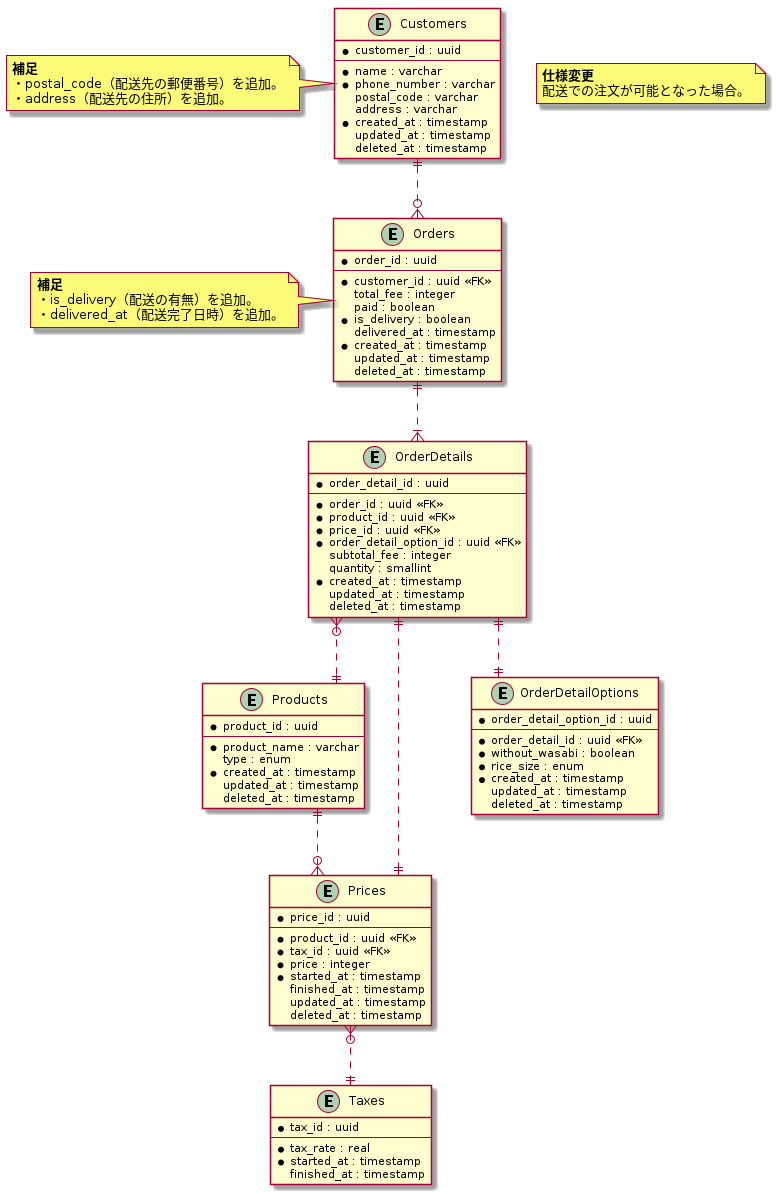
Before: 01_データベース設計/01_DBモデリング1/03_課題3/sushi_ordering_schema_03.png, a diagram exported from PlantUML (moritanuki/praha_challenge). The source it was exported from:
```plantuml
@startuml sushi_ordering_schema_03

skinparam {
   linetype ortho
}

entity "Customers" as Customers {
  * customer_id : uuid
  --
  * name : varchar
  * phone_number : varchar
    postal_code : varchar
    address : varchar
  * created_at : timestamp
    updated_at : timestamp
    deleted_at : timestamp
}

note left of Customers
  <b>補足</b>
  ・postal_code（配送先の郵便番号）を追加。
  ・address（配送先の住所）を追加。
end note

entity "Products" as Products {
  * product_id : uuid
  --
  * product_name : varchar
    type : enum
  * created_at : timestamp
    updated_at : timestamp
    deleted_at : timestamp
}

entity "Prices" as Prices {
  * price_id : uuid
  --
  * product_id : uuid <<FK>>
  * tax_id : uuid <<FK>>
  * price : integer
  * started_at : timestamp
    finished_at : timestamp
    updated_at : timestamp
    deleted_at : timestamp
}

entity "Taxes" as Taxes {
  * tax_id : uuid
  --
  * tax_rate : real
  * started_at : timestamp
    finished_at : timestamp
}

entity "Orders" as Orders {
  * order_id : uuid
  --
  * customer_id : uuid <<FK>>
    total_fee : integer
    paid : boolean
  * is_delivery : boolean
    delivered_at : timestamp
  * created_at : timestamp
    updated_at : timestamp
    deleted_at : timestamp
}

note left of Orders
  <b>補足</b>
  ・is_delivery（配送の有無）を追加。
  ・delivered_at（配送完了日時）を追加。
end note

entity "OrderDetails" as OrderDetails {
  * order_detail_id : uuid
  --
  * order_id : uuid <<FK>>
  * product_id : uuid <<FK>>
  * price_id : uuid <<FK>>
  * order_detail_option_id : uuid <<FK>>
    subtotal_fee : integer
    quantity : smallint
  * created_at : timestamp
    updated_at : timestamp
    deleted_at : timestamp
}

entity "OrderDetailOptions" as OrderDetailOptions {
  * order_detail_option_id : uuid
  --
  * order_detail_id : uuid <<FK>>
  * without_wasabi : boolean
  * rice_size : enum
  * created_at : timestamp
    updated_at : timestamp
    deleted_at : timestamp
}

Customers ||..o{ Orders
Orders ||..|{ OrderDetails
OrderDetails ||..|| OrderDetailOptions
OrderDetails }o..|| Products
OrderDetails ||..|| Prices
Products ||..o{ Prices
Prices }o..|| Taxes

note as note1
  <b>仕様変更</b>
  配送での注文が可能となった場合。
end note

@enduml
```
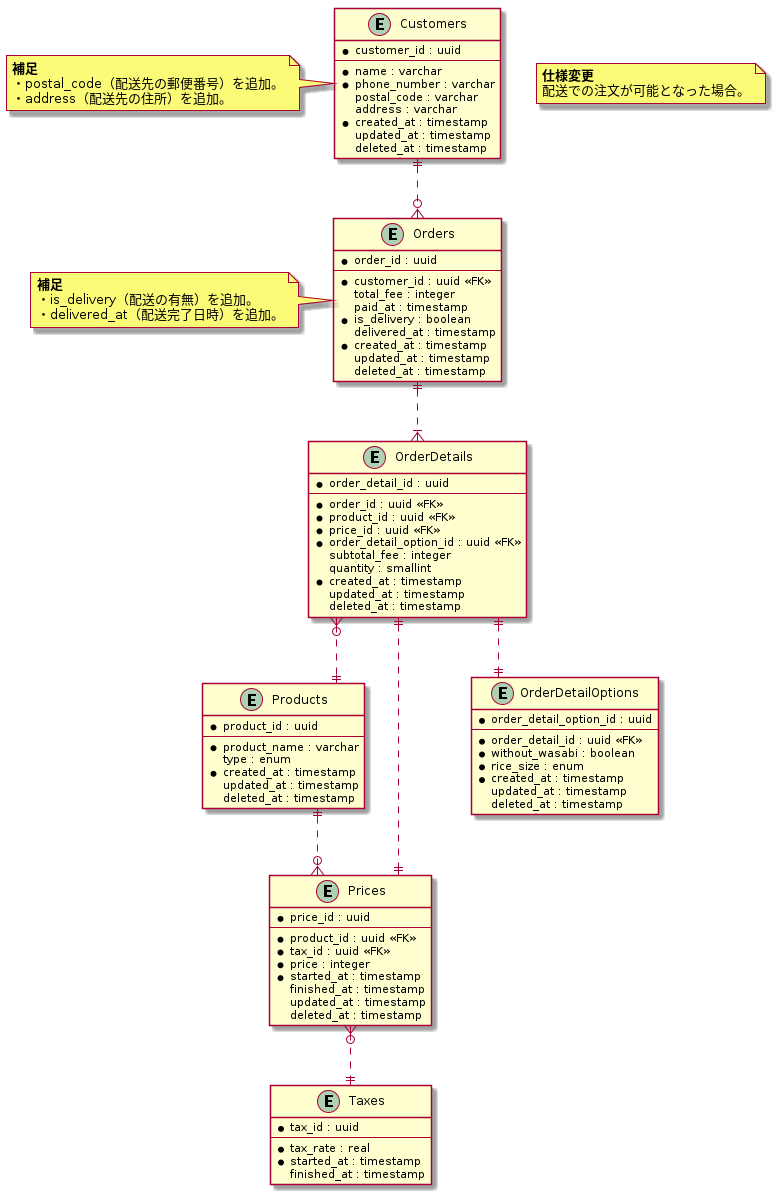
Above is the later version.

Change to the diagram source:
```diff
@@ -57,7 +57,7 @@
   --
   * customer_id : uuid <<FK>>
     total_fee : integer
-    paid : boolean
+    paid_at : timestamp
   * is_delivery : boolean
     delivered_at : timestamp
   * created_at : timestamp
```
